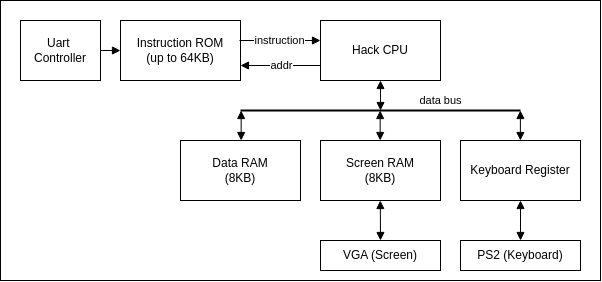
Above: docs/assets/Hack_Platform_Diagram.drawio.png in feipenghhq/Hack-on-FPGA (draw.io), before the change. Source tidied: cells renumbered, new cells last; positions are measured from the earlier drawing's top-left corner, leaving out a move shared by most shapes.
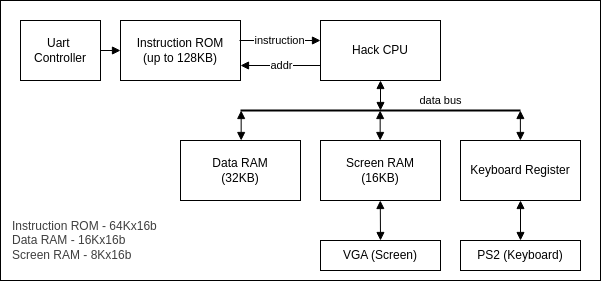
After the change.

Change to the diagram source:
```diff
@@ -5,13 +5,13 @@
     <mxCell id="2" style="rounded=0;whiteSpace=wrap;html=1;" parent="1" vertex="1">
       <mxGeometry width="600" height="280" as="geometry" />
     </mxCell>
-    <mxCell id="3" value="Instruction ROM&lt;div&gt;(up to 64KB)&lt;/div&gt;" style="rounded=0;whiteSpace=wrap;html=1;" parent="1" vertex="1">
+    <mxCell id="3" value="Instruction ROM&lt;div&gt;(up to 128KB)&lt;/div&gt;" style="rounded=0;whiteSpace=wrap;html=1;" parent="1" vertex="1">
       <mxGeometry x="120" y="20" width="120" height="60" as="geometry" />
     </mxCell>
-    <mxCell id="4" value="Data RAM&lt;br&gt;&lt;div&gt;(8KB)&lt;/div&gt;" style="rounded=0;whiteSpace=wrap;html=1;" parent="1" vertex="1">
+    <mxCell id="4" value="Data RAM&lt;br&gt;&lt;div&gt;(32KB)&lt;/div&gt;" style="rounded=0;whiteSpace=wrap;html=1;" parent="1" vertex="1">
       <mxGeometry x="180" y="140" width="120" height="60" as="geometry" />
     </mxCell>
-    <mxCell id="5" value="Screen RAM&lt;br&gt;&lt;div&gt;(8KB)&lt;/div&gt;" style="rounded=0;whiteSpace=wrap;html=1;" parent="1" vertex="1">
+    <mxCell id="5" value="Screen RAM&lt;br&gt;&lt;div&gt;(16KB)&lt;/div&gt;" style="rounded=0;whiteSpace=wrap;html=1;" parent="1" vertex="1">
       <mxGeometry x="320" y="140" width="120" height="60" as="geometry" />
     </mxCell>
     <mxCell id="6" value="Keyboard&amp;nbsp;&lt;span style=&quot;background-color: transparent;&quot;&gt;Register&lt;/span&gt;" style="rounded=0;whiteSpace=wrap;html=1;" parent="1" vertex="1">
@@ -96,5 +96,8 @@
     <mxCell id="23" style="endArrow=block;html=1;startArrow=block;startFill=1;endFill=1;entryX=0.5;entryY=0;entryDx=0;entryDy=0;exitX=0.5;exitY=1;exitDx=0;exitDy=0;" parent="1" edge="1" source="6" target="11">
       <mxGeometry relative="1" as="geometry" />
     </mxCell>
+    <mxCell id="24" value="&lt;div&gt;&lt;span style=&quot;color: rgb(63, 63, 63);&quot;&gt;Instruction ROM - 64Kx16b&lt;/span&gt;&lt;/div&gt;&lt;span style=&quot;color: rgb(63, 63, 63);&quot;&gt;Data RAM - 16Kx16b&lt;/span&gt;&lt;div&gt;&lt;span style=&quot;color: rgb(63, 63, 63);&quot;&gt;Screen RAM - 8Kx16b&lt;/span&gt;&lt;/div&gt;" style="text;html=1;align=left;verticalAlign=middle;whiteSpace=wrap;rounded=0;" parent="1" vertex="1">
+      <mxGeometry x="10" y="210" width="160" height="60" as="geometry" />
+    </mxCell>
   </root>
 </mxGraphModel>
```
